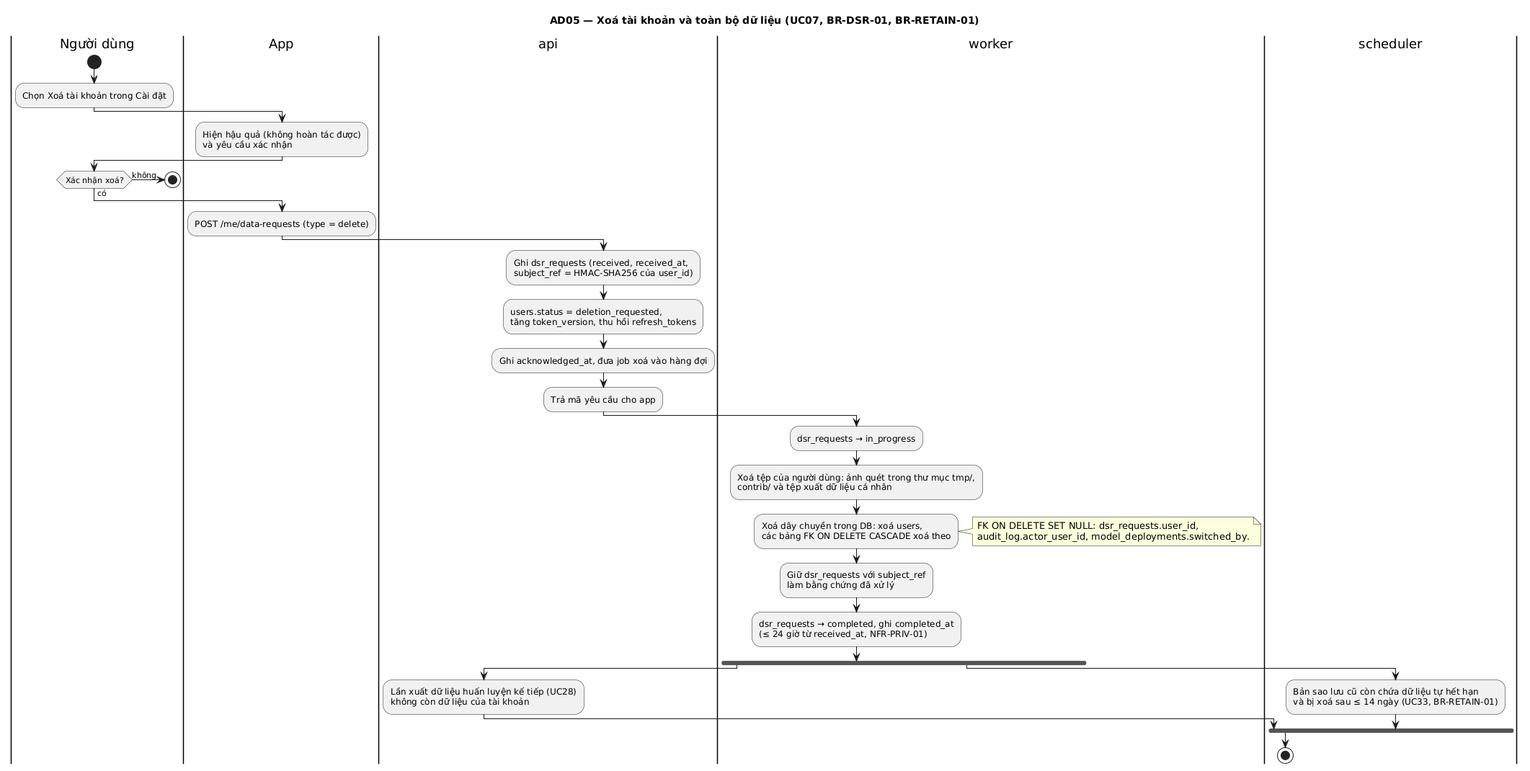
The PlantUML diagram docs/uml/out/activity/AD05-xoa-tai-khoan.png in NamBuw/Tastoria, before a commit. Source of this version:
```plantuml
@startuml
title AD05 — Xoá tài khoản và toàn bộ dữ liệu (UC07, BR-DSR-01, BR-RETAIN-01)

|Người dùng|
start
:Chọn Xoá tài khoản trong Cài đặt;
|App|
:Hiện hậu quả (không hoàn tác được)
và yêu cầu xác nhận;
|Người dùng|
if (Xác nhận xoá?) then (không)
  stop
else (có)
endif
|App|
:POST /me/data-requests (type = delete);
|api|
:Ghi dsr_requests (received, received_at,
subject_ref = HMAC-SHA256 của user_id);
:users.status = deletion_requested,
tăng token_version, thu hồi refresh_tokens;
:Ghi acknowledged_at, đưa job xoá vào hàng đợi;
:Trả mã yêu cầu cho app;
|worker|
:dsr_requests → in_progress;
:Xoá tệp của người dùng: ảnh quét trong thư mục tmp/,
contrib/ và tệp xuất dữ liệu cá nhân;
:Xoá dây chuyền trong DB: xoá users,
các bảng FK ON DELETE CASCADE xoá theo;
note right
  FK ON DELETE SET NULL: dsr_requests.user_id,
  audit_log.actor_user_id, model_deployments.switched_by.
end note
:Giữ dsr_requests với subject_ref
làm bằng chứng đã xử lý;
:dsr_requests → completed, ghi completed_at
(≤ 24 giờ từ received_at, NFR-PRIV-01);
fork
  |api|
  :Lần xuất dữ liệu huấn luyện kế tiếp (UC28)
  không còn dữ liệu của tài khoản;
fork again
  |scheduler|
  :Bản sao lưu cũ còn chứa dữ liệu tự hết hạn
  và bị xoá sau ≤ 14 ngày (UC33, BR-RETAIN-01);
end fork
stop
@enduml
```
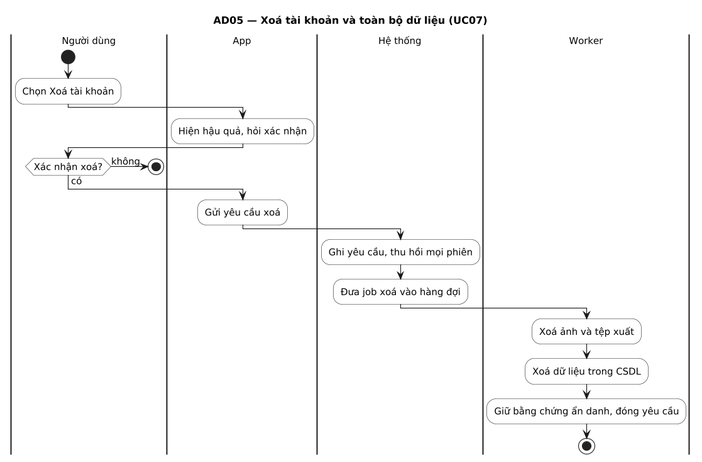
Later version of the same file.

The edit, as a diff of the source:
```diff
@@ -1,48 +1,34 @@
 @startuml
-title AD05 — Xoá tài khoản và toàn bộ dữ liệu (UC07, BR-DSR-01, BR-RETAIN-01)
+title AD05 — Xoá tài khoản và toàn bộ dữ liệu (UC07)
+skinparam shadowing false
+skinparam defaultFontName DejaVu Sans
+skinparam defaultFontSize 13
+skinparam dpi 110
+
+skinparam ActivityBackgroundColor White
 
 |Người dùng|
+|App|
+|Hệ thống|
+|Worker|
+|Người dùng|
 start
-:Chọn Xoá tài khoản trong Cài đặt;
+:Chọn Xoá tài khoản;
 |App|
-:Hiện hậu quả (không hoàn tác được)
-và yêu cầu xác nhận;
+:Hiện hậu quả, hỏi xác nhận;
 |Người dùng|
 if (Xác nhận xoá?) then (không)
   stop
 else (có)
 endif
 |App|
-:POST /me/data-requests (type = delete);
-|api|
-:Ghi dsr_requests (received, received_at,
-subject_ref = HMAC-SHA256 của user_id);
-:users.status = deletion_requested,
-tăng token_version, thu hồi refresh_tokens;
-:Ghi acknowledged_at, đưa job xoá vào hàng đợi;
-:Trả mã yêu cầu cho app;
-|worker|
-:dsr_requests → in_progress;
-:Xoá tệp của người dùng: ảnh quét trong thư mục tmp/,
-contrib/ và tệp xuất dữ liệu cá nhân;
-:Xoá dây chuyền trong DB: xoá users,
-các bảng FK ON DELETE CASCADE xoá theo;
-note right
-  FK ON DELETE SET NULL: dsr_requests.user_id,
-  audit_log.actor_user_id, model_deployments.switched_by.
-end note
-:Giữ dsr_requests với subject_ref
-làm bằng chứng đã xử lý;
-:dsr_requests → completed, ghi completed_at
-(≤ 24 giờ từ received_at, NFR-PRIV-01);
-fork
-  |api|
-  :Lần xuất dữ liệu huấn luyện kế tiếp (UC28)
-  không còn dữ liệu của tài khoản;
-fork again
-  |scheduler|
-  :Bản sao lưu cũ còn chứa dữ liệu tự hết hạn
-  và bị xoá sau ≤ 14 ngày (UC33, BR-RETAIN-01);
-end fork
+:Gửi yêu cầu xoá;
+|Hệ thống|
+:Ghi yêu cầu, thu hồi mọi phiên;
+:Đưa job xoá vào hàng đợi;
+|Worker|
+:Xoá ảnh và tệp xuất;
+:Xoá dữ liệu trong CSDL;
+:Giữ bằng chứng ẩn danh, đóng yêu cầu;
 stop
 @enduml
```
